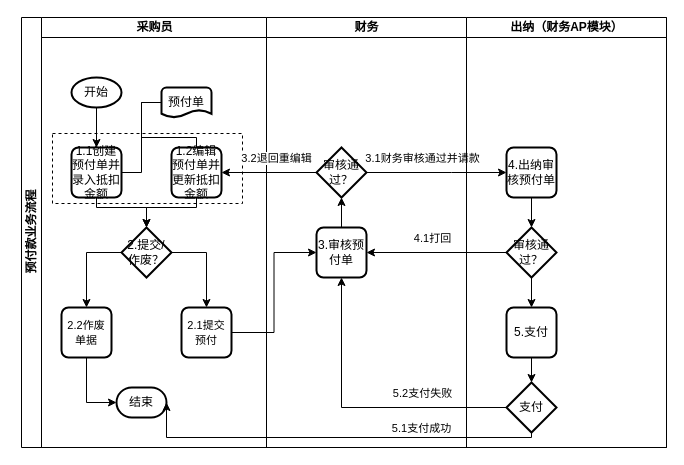
Earlier version of the draw.io diagram page "Page-1" (1 of 2) of 预付流程.drawio (clinkz/whatgithubis). Source tidied: cells renumbered, new cells numbered last; positions are measured from the earlier drawing's top-left corner, leaving out a move shared by most shapes. Both pictures are drawn from the tidied source at 100%, with x=0, y=0 at pixel (21, 17).
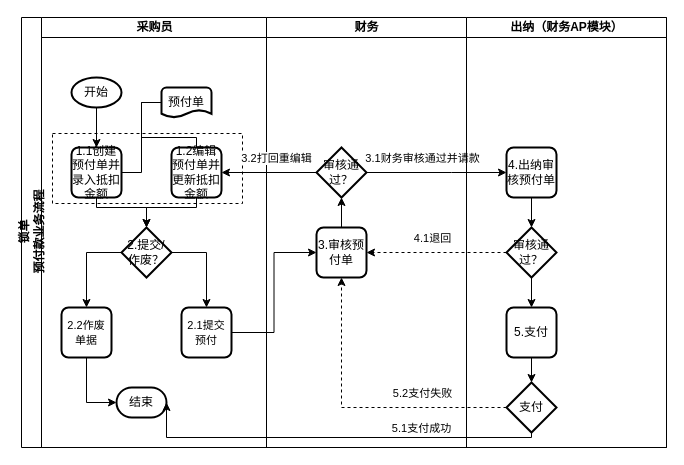
The same diagram, later.

The change refers to these unchanged cells:
```xml
<mxCell id="23" value="3.审核预付单" style="rounded=1;whiteSpace=wrap;html=1;absoluteArcSize=1;arcSize=14;strokeWidth=2;" parent="21" vertex="1">
  <mxGeometry x="50" y="210" width="50" height="50" as="geometry" />
</mxCell>
<mxCell id="27" style="edgeStyle=orthogonalEdgeStyle;rounded=0;jettySize=auto;html=1;" parent="2" edge="1" source="24" target="12">
  <mxGeometry relative="1" as="geometry" />
</mxCell>
<mxCell id="34" value="支付" style="strokeWidth=2;html=1;shape=mxgraph.flowchart.decision;whiteSpace=wrap;" parent="33" vertex="1">
  <mxGeometry x="40" y="365" width="50" height="50" as="geometry" />
</mxCell>
<mxCell id="38" value="审核通过？" style="strokeWidth=2;html=1;shape=mxgraph.flowchart.decision;whiteSpace=wrap;" parent="33" vertex="1">
  <mxGeometry x="40" y="210" width="50" height="50" as="geometry" />
</mxCell>
```

Change to the diagram source:
```diff
@@
-    <mxCell id="2" value="预付款业务流程" style="swimlane;html=1;startSize=20;horizontal=0;" parent="1" vertex="1">
+    <mxCell id="2" value="锁单&lt;br&gt;预付款业务流程" style="swimlane;html=1;startSize=20;horizontal=0;" parent="1" vertex="1">
       <mxGeometry width="645" height="430" as="geometry" />
     </mxCell>
@@
-    <mxCell id="28" value="3.2退回重编辑" style="edgeLabel;html=1;align=center;verticalAlign=middle;" parent="27" vertex="1">
+    <mxCell id="28" value="3.2打回重编辑" style="edgeLabel;html=1;align=center;verticalAlign=middle;" parent="27" vertex="1">
       <mxGeometry x="-0.14" y="1" relative="1" as="geometry">
         <mxPoint y="-16" as="offset" />
       </mxGeometry>
     </mxCell>
@@
-    <mxCell id="31" style="edgeStyle=orthogonalEdgeStyle;rounded=0;jettySize=auto;html=1;entryX=0.5;entryY=1;entryDx=0;entryDy=0;exitX=0;exitY=0.5;exitDx=0;exitDy=0;exitPerimeter=0;" parent="2" edge="1" source="34" target="23">
+    <mxCell id="31" style="edgeStyle=orthogonalEdgeStyle;rounded=0;jettySize=auto;html=1;entryX=0.5;entryY=1;entryDx=0;entryDy=0;exitX=0;exitY=0.5;exitDx=0;exitDy=0;exitPerimeter=0;dashed=1;" parent="2" edge="1" source="34" target="23">
       <mxGeometry relative="1" as="geometry">
         <Array as="points">
           <mxPoint x="485" y="390" />
           <mxPoint x="320" y="390" />
         </Array>
       </mxGeometry>
     </mxCell>
@@
-    <mxCell id="41" style="edgeStyle=orthogonalEdgeStyle;rounded=0;jettySize=auto;html=1;entryX=1;entryY=0.5;entryDx=0;entryDy=0;endArrow=classic;endFill=1;" parent="2" edge="1" source="38" target="23">
+    <mxCell id="41" style="edgeStyle=orthogonalEdgeStyle;rounded=0;jettySize=auto;html=1;entryX=1;entryY=0.5;entryDx=0;entryDy=0;endArrow=classic;endFill=1;dashed=1;" parent="2" edge="1" source="38" target="23">
       <mxGeometry relative="1" as="geometry" />
     </mxCell>
-    <mxCell id="42" value="4.1打回" style="edgeLabel;html=1;align=center;verticalAlign=middle;" parent="41" vertex="1">
+    <mxCell id="42" value="4.1退回" style="edgeLabel;html=1;align=center;verticalAlign=middle;" parent="41" vertex="1">
       <mxGeometry x="-0.24" y="-2" relative="1" as="geometry">
         <mxPoint x="-22" y="-13" as="offset" />
       </mxGeometry>
     </mxCell>
```
